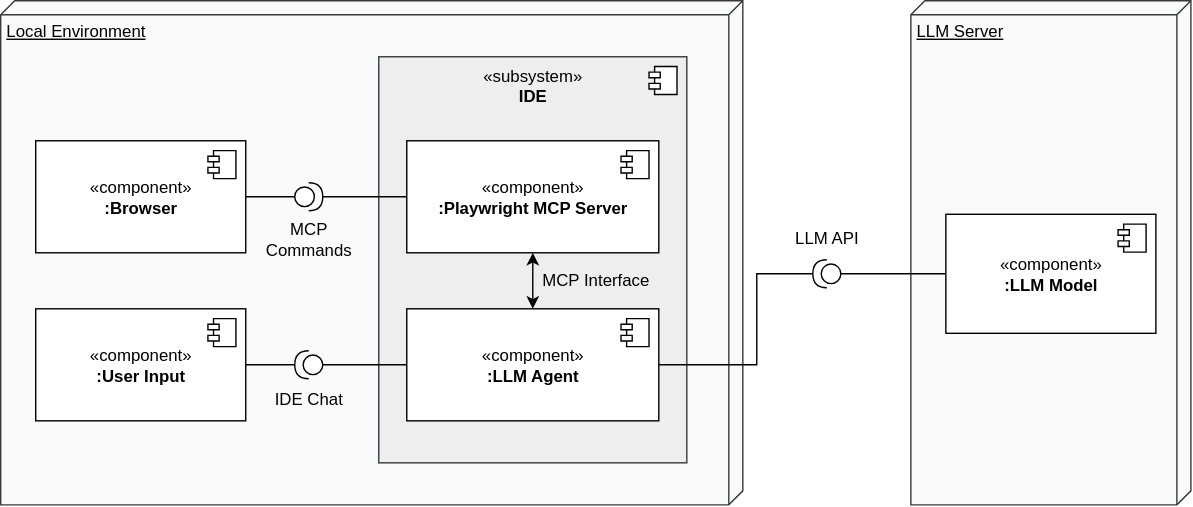
The draw.io diagram figures/mcp_local.drawio.svg in tobikli/ba-thesis, before a commit. Source tidied: cells renumbered, new cells last; positions are measured from the earlier drawing's top-left corner, leaving out a move shared by most shapes.
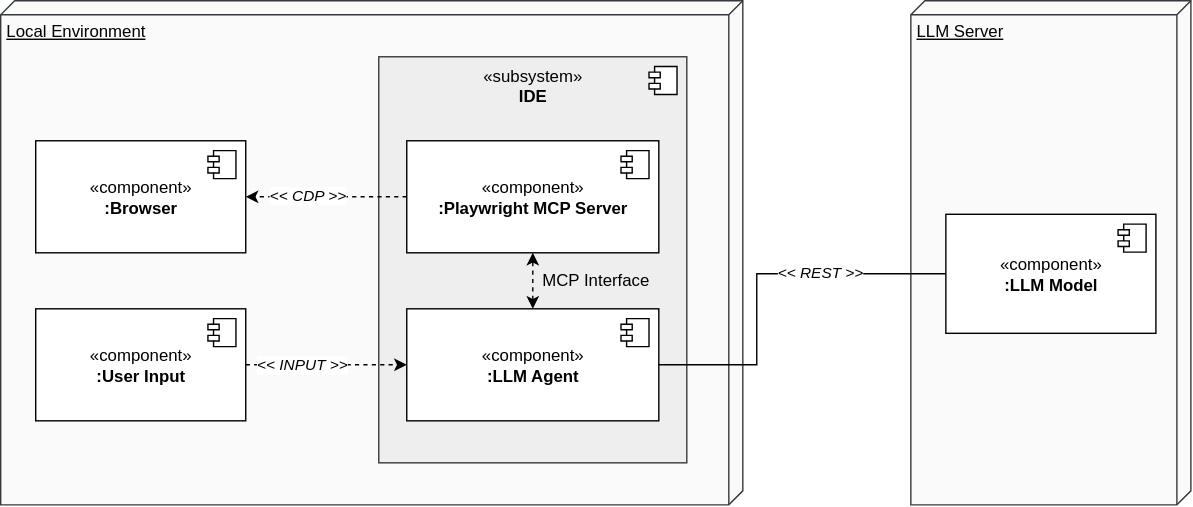
The same file after the commit.

The edit, as a diff of the source:
```diff
@@ -21,7 +21,7 @@
         <mxPoint x="-27" y="7" as="offset" />
       </mxGeometry>
     </mxCell>
-    <mxCell id="7" style="edgeStyle=orthogonalEdgeStyle;rounded=0;jettySize=auto;html=1;startArrow=classic;startFill=1;" parent="1" edge="1" source="8" target="5">
+    <mxCell id="7" style="edgeStyle=orthogonalEdgeStyle;rounded=0;jettySize=auto;html=1;startArrow=classic;startFill=1;dashed=1;" parent="1" edge="1" source="8" target="5">
       <mxGeometry relative="1" as="geometry" />
     </mxCell>
     <mxCell id="8" value="«component&lt;span style=&quot;background-color: transparent; color: light-dark(rgb(0, 0, 0), rgb(255, 255, 255));&quot;&gt;»&lt;/span&gt;&lt;div&gt;&lt;b&gt;:LLM Agent&lt;/b&gt;&lt;/div&gt;" style="html=1;whiteSpace=wrap;" parent="1" vertex="1">
@@ -51,13 +51,7 @@
         <mxPoint x="-27" y="7" as="offset" />
       </mxGeometry>
     </mxCell>
-    <mxCell id="15" style="edgeStyle=orthogonalEdgeStyle;rounded=0;jettySize=auto;html=1;entryX=0;entryY=0.5;entryDx=0;entryDy=0;endArrow=none;endFill=0;" parent="1" edge="1" source="16" target="11">
-      <mxGeometry relative="1" as="geometry" />
-    </mxCell>
-    <mxCell id="16" style="shape=providedRequiredInterface;html=1;verticalLabelPosition=bottom;sketch=0;flipH=1;" parent="1" vertex="1">
-      <mxGeometry x="580" y="185" width="20" height="20" as="geometry" />
-    </mxCell>
-    <mxCell id="17" style="edgeStyle=orthogonalEdgeStyle;rounded=0;jettySize=auto;html=1;entryX=1;entryY=0.5;entryDx=0;entryDy=0;entryPerimeter=0;endArrow=none;endFill=0;" parent="1" edge="1" source="8" target="16">
+    <mxCell id="17" style="edgeStyle=orthogonalEdgeStyle;rounded=0;jettySize=auto;html=1;endArrow=none;endFill=0;entryX=0;entryY=0.5;entryDx=0;entryDy=0;" parent="1" edge="1" source="8" target="11">
       <mxGeometry relative="1" as="geometry">
         <Array as="points">
           <mxPoint x="540" y="260" />
@@ -65,29 +59,18 @@
         </Array>
       </mxGeometry>
     </mxCell>
-    <mxCell id="18" style="edgeStyle=orthogonalEdgeStyle;rounded=0;jettySize=auto;html=1;entryX=1;entryY=0.5;entryDx=0;entryDy=0;endArrow=none;endFill=0;" parent="1" edge="1" source="19" target="13">
-      <mxGeometry relative="1" as="geometry" />
-    </mxCell>
-    <mxCell id="19" style="shape=providedRequiredInterface;html=1;verticalLabelPosition=bottom;sketch=0;flipH=0;flipV=1;" parent="1" vertex="1">
-      <mxGeometry x="210" y="130" width="20" height="20" as="geometry" />
-    </mxCell>
+    <mxCell id="30" value="&lt;i&gt;&amp;lt;&amp;lt; REST &amp;gt;&amp;gt;&lt;/i&gt;" style="edgeLabel;html=1;align=center;verticalAlign=middle;" parent="17" vertex="1">
+      <mxGeometry x="0.33" y="1" relative="1" as="geometry" />
+    </mxCell>
-    <mxCell id="20" style="edgeStyle=orthogonalEdgeStyle;rounded=0;jettySize=auto;html=1;entryX=1;entryY=0.5;entryDx=0;entryDy=0;entryPerimeter=0;endArrow=none;endFill=0;" parent="1" edge="1" source="5" target="19">
-      <mxGeometry relative="1" as="geometry">
-        <Array as="points">
-          <mxPoint x="245" y="140" />
-          <mxPoint x="245" y="140" />
-        </Array>
-      </mxGeometry>
+    <mxCell id="20" style="edgeStyle=orthogonalEdgeStyle;rounded=0;jettySize=auto;html=1;entryX=1;entryY=0.5;entryDx=0;entryDy=0;endArrow=classic;endFill=1;dashed=1;startArrow=none;startFill=0;" parent="1" edge="1" source="5" target="13">
+      <mxGeometry relative="1" as="geometry" />
     </mxCell>
+    <mxCell id="31" value="&amp;lt;&amp;lt; CDP &amp;gt;&amp;gt;" style="edgeLabel;html=1;align=center;verticalAlign=middle;fontStyle=2;" parent="20" vertex="1">
+      <mxGeometry x="0.23" y="-1" relative="1" as="geometry" />
+    </mxCell>
     <mxCell id="21" value="MCP Interface" style="text;html=1;align=center;verticalAlign=middle;whiteSpace=wrap;rounded=0;" parent="1" vertex="1">
       <mxGeometry x="380" y="185" width="90" height="30" as="geometry" />
     </mxCell>
-    <mxCell id="22" value="LLM API" style="text;html=1;align=center;verticalAlign=middle;whiteSpace=wrap;rounded=0;" parent="1" vertex="1">
-      <mxGeometry x="545" y="155" width="90" height="30" as="geometry" />
-    </mxCell>
-    <mxCell id="23" value="MCP Commands" style="text;html=1;align=center;verticalAlign=middle;whiteSpace=wrap;rounded=0;" parent="1" vertex="1">
-      <mxGeometry x="175" y="155" width="90" height="30" as="geometry" />
-    </mxCell>
     <mxCell id="24" value="«component&lt;span style=&quot;background-color: transparent; color: light-dark(rgb(0, 0, 0), rgb(255, 255, 255));&quot;&gt;»&lt;/span&gt;&lt;div&gt;&lt;b&gt;:User Input&lt;/b&gt;&lt;/div&gt;" style="html=1;whiteSpace=wrap;" parent="1" vertex="1">
       <mxGeometry x="25" y="220" width="150" height="80" as="geometry" />
     </mxCell>
@@ -96,17 +79,11 @@
         <mxPoint x="-27" y="7" as="offset" />
       </mxGeometry>
     </mxCell>
-    <mxCell id="26" style="edgeStyle=orthogonalEdgeStyle;rounded=0;jettySize=auto;html=1;endArrow=none;endFill=0;" parent="1" edge="1" source="28" target="8">
+    <mxCell id="26" style="edgeStyle=orthogonalEdgeStyle;rounded=0;jettySize=auto;html=1;endArrow=classic;endFill=1;exitX=1;exitY=0.5;exitDx=0;exitDy=0;dashed=1;" parent="1" edge="1" source="24" target="8">
       <mxGeometry relative="1" as="geometry" />
     </mxCell>
-    <mxCell id="27" style="edgeStyle=orthogonalEdgeStyle;rounded=0;jettySize=auto;html=1;endArrow=none;endFill=0;" parent="1" edge="1" source="28" target="24">
-      <mxGeometry relative="1" as="geometry" />
-    </mxCell>
-    <mxCell id="28" style="shape=providedRequiredInterface;html=1;verticalLabelPosition=bottom;sketch=0;flipH=1;flipV=0;" parent="1" vertex="1">
-      <mxGeometry x="210" y="250" width="20" height="20" as="geometry" />
-    </mxCell>
-    <mxCell id="29" value="IDE Chat" style="text;html=1;align=center;verticalAlign=middle;whiteSpace=wrap;rounded=0;" parent="1" vertex="1">
-      <mxGeometry x="175" y="270" width="90" height="30" as="geometry" />
-    </mxCell>
+    <mxCell id="32" value="&lt;i&gt;&amp;lt;&amp;lt; INPUT &amp;gt;&amp;gt;&lt;/i&gt;" style="edgeLabel;html=1;align=center;verticalAlign=middle;" parent="26" vertex="1">
+      <mxGeometry x="-0.3" relative="1" as="geometry" />
+    </mxCell>
   </root>
 </mxGraphModel>
```
